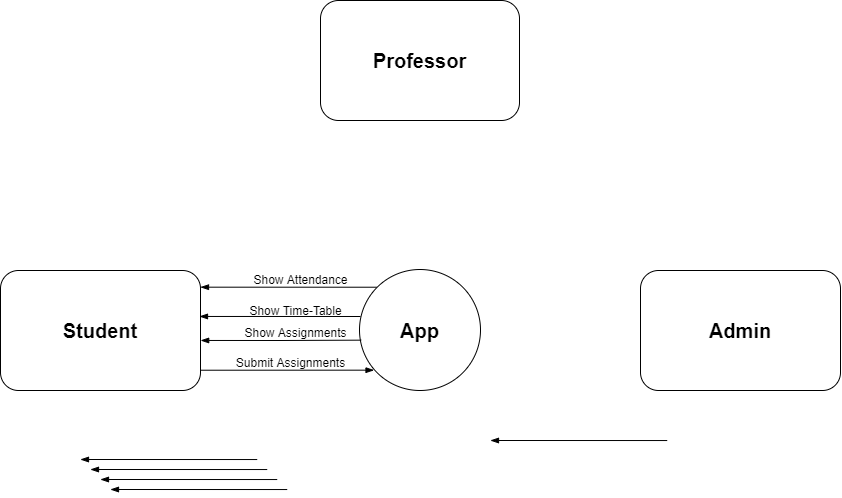
The draw.io diagram miscellaneous/DFD_Level_0.png in Epic-ERP/media, before a commit. Source tidied: cells renumbered, new cells last; positions are measured from the earlier drawing's top-left corner, leaving out a move shared by most shapes.
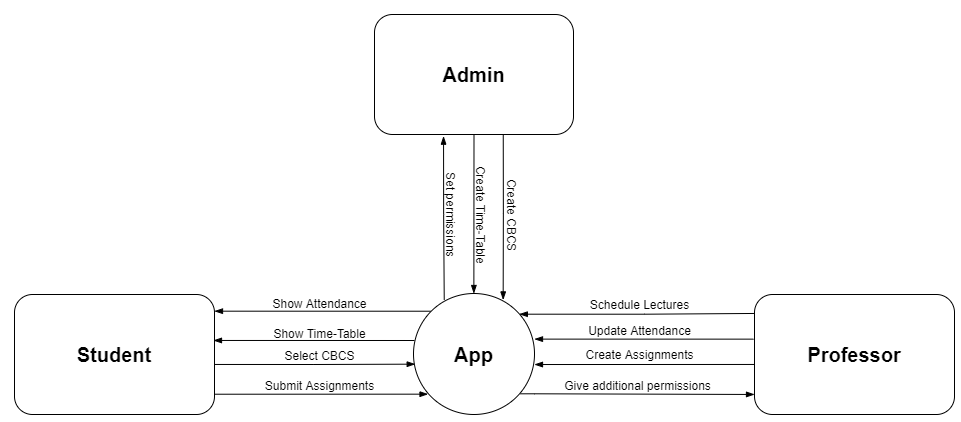
The same file after the commit.

The edit, as a diff of the source:
```diff
@@ -6,69 +6,96 @@
       <mxGeometry relative="1" as="geometry" />
     </mxCell>
     <mxCell id="3" value="&lt;b&gt;&lt;font style=&quot;font-size: 20px&quot;&gt;Student&lt;/font&gt;&lt;/b&gt;" style="rounded=1;whiteSpace=wrap;html=1;" parent="1" vertex="1">
-      <mxGeometry y="270" width="200" height="120" as="geometry" />
+      <mxGeometry x="-40" y="270" width="200" height="120" as="geometry" />
     </mxCell>
-    <mxCell id="4" value="&lt;font style=&quot;font-size: 20px&quot;&gt;&lt;b&gt;Admin&lt;/b&gt;&lt;/font&gt;" style="rounded=1;whiteSpace=wrap;html=1;" parent="1" vertex="1">
-      <mxGeometry x="640" y="270" width="200" height="120" as="geometry" />
+    <mxCell id="4" value="&lt;font style=&quot;font-size: 20px&quot;&gt;&lt;b&gt;Professor&lt;/b&gt;&lt;/font&gt;" style="rounded=1;whiteSpace=wrap;html=1;" parent="1" vertex="1">
+      <mxGeometry x="700" y="270" width="200" height="120" as="geometry" />
     </mxCell>
-    <mxCell id="5" value="&lt;font style=&quot;font-size: 20px&quot;&gt;&lt;b&gt;Professor&lt;/b&gt;&lt;/font&gt;" style="rounded=1;whiteSpace=wrap;html=1;" parent="1" vertex="1">
-      <mxGeometry x="320" width="199" height="120" as="geometry" />
+    <mxCell id="5" value="&lt;font style=&quot;font-size: 20px&quot;&gt;&lt;b&gt;Admin&lt;/b&gt;&lt;/font&gt;" style="rounded=1;whiteSpace=wrap;html=1;" parent="1" vertex="1">
+      <mxGeometry x="320" y="-10" width="199" height="120" as="geometry" />
     </mxCell>
     <mxCell id="6" value="&lt;font style=&quot;font-size: 20px&quot;&gt;&lt;b&gt;App&lt;/b&gt;&lt;/font&gt;" style="ellipse;whiteSpace=wrap;html=1;" parent="1" vertex="1">
       <mxGeometry x="359" y="269" width="121" height="121" as="geometry" />
     </mxCell>
     <mxCell id="7" value="&lt;font style=&quot;font-size: 12px&quot;&gt;Show Attendance&lt;/font&gt;" style="text;html=1;align=center;verticalAlign=middle;" parent="1" vertex="1">
-      <mxGeometry x="245" y="269" width="110" height="20" as="geometry" />
+      <mxGeometry x="210" y="269" width="110" height="20" as="geometry" />
     </mxCell>
-    <mxCell id="8" style="edgeStyle=orthogonalEdgeStyle;rounded=0;jettySize=auto;html=1;startArrow=blockThin;startFill=1;endArrow=none;endFill=0;exitX=1.001;exitY=0.583;exitDx=0;exitDy=0;exitPerimeter=0;entryX=0.014;entryY=0.584;entryDx=0;entryDy=0;entryPerimeter=0;" parent="1" edge="1" source="3" target="6">
+    <mxCell id="8" style="edgeStyle=orthogonalEdgeStyle;rounded=0;jettySize=auto;html=1;startArrow=none;startFill=0;endArrow=blockThin;endFill=1;exitX=1.001;exitY=0.583;exitDx=0;exitDy=0;exitPerimeter=0;entryX=0.014;entryY=0.584;entryDx=0;entryDy=0;entryPerimeter=0;" parent="1" edge="1" source="3" target="6">
       <mxGeometry relative="1" as="geometry" />
     </mxCell>
-    <mxCell id="9" style="edgeStyle=orthogonalEdgeStyle;rounded=0;orthogonalLoop=1;jettySize=auto;html=1;entryX=0;entryY=0;entryDx=0;entryDy=0;startArrow=blockThin;startFill=1;endArrow=none;endFill=0;exitX=1;exitY=0.139;exitDx=0;exitDy=0;exitPerimeter=0;" parent="1" edge="1">
-      <mxGeometry relative="1" as="geometry">
-        <mxPoint x="490" y="440" as="sourcePoint" />
-        <mxPoint x="666.7" y="440" as="targetPoint" />
-      </mxGeometry>
-    </mxCell>
     <mxCell id="10" style="edgeStyle=orthogonalEdgeStyle;rounded=0;jettySize=auto;html=1;startArrow=blockThin;startFill=1;endArrow=none;endFill=0;exitX=0.995;exitY=0.383;exitDx=0;exitDy=0;exitPerimeter=0;" parent="1" edge="1" source="3">
       <mxGeometry relative="1" as="geometry">
         <mxPoint x="360" y="316" as="targetPoint" />
       </mxGeometry>
     </mxCell>
-    <mxCell id="11" value="&lt;font style=&quot;font-size: 12px&quot;&gt;Show Time-Table&lt;br&gt;&lt;/font&gt;" style="text;html=1;align=center;verticalAlign=middle;" parent="1" vertex="1">
-      <mxGeometry x="240" y="300" width="110" height="20" as="geometry" />
+    <mxCell id="11" value="&lt;font style=&quot;font-size: 12px&quot;&gt;Show Time-Table&lt;br&gt;&lt;/font&gt;" style="text;html=1;align=center;verticalAlign=middle;spacingBottom=3;" parent="1" vertex="1">
+      <mxGeometry x="210" y="300" width="110" height="20" as="geometry" />
     </mxCell>
     <mxCell id="12" style="edgeStyle=orthogonalEdgeStyle;rounded=0;jettySize=auto;html=1;startArrow=none;startFill=0;endArrow=blockThin;endFill=1;entryX=0.12;entryY=0.832;entryDx=0;entryDy=0;entryPerimeter=0;exitX=0.999;exitY=0.831;exitDx=0;exitDy=0;exitPerimeter=0;" parent="1" edge="1" source="3" target="6">
       <mxGeometry relative="1" as="geometry" />
     </mxCell>
-    <mxCell id="13" style="edgeStyle=orthogonalEdgeStyle;rounded=0;orthogonalLoop=1;jettySize=auto;html=1;entryX=0;entryY=0;entryDx=0;entryDy=0;startArrow=blockThin;startFill=1;endArrow=none;endFill=0;exitX=1;exitY=0.139;exitDx=0;exitDy=0;exitPerimeter=0;" parent="1" edge="1">
-      <mxGeometry relative="1" as="geometry">
-        <mxPoint x="80" y="459" as="sourcePoint" />
-        <mxPoint x="256.7" y="459" as="targetPoint" />
-      </mxGeometry>
+    <mxCell id="13" style="edgeStyle=orthogonalEdgeStyle;rounded=0;jettySize=auto;html=1;startArrow=blockThin;startFill=1;endArrow=none;endFill=0;entryX=-0.005;entryY=0.372;entryDx=0;entryDy=0;entryPerimeter=0;exitX=1;exitY=0.377;exitDx=0;exitDy=0;exitPerimeter=0;" parent="1" edge="1" source="6" target="4">
+      <mxGeometry relative="1" as="geometry" />
     </mxCell>
-    <mxCell id="14" style="edgeStyle=orthogonalEdgeStyle;rounded=0;orthogonalLoop=1;jettySize=auto;html=1;entryX=0;entryY=0;entryDx=0;entryDy=0;startArrow=blockThin;startFill=1;endArrow=none;endFill=0;exitX=1;exitY=0.139;exitDx=0;exitDy=0;exitPerimeter=0;" parent="1" edge="1">
-      <mxGeometry relative="1" as="geometry">
-        <mxPoint x="90" y="469" as="sourcePoint" />
-        <mxPoint x="266.7" y="469" as="targetPoint" />
-      </mxGeometry>
-    </mxCell>
-    <mxCell id="15" style="edgeStyle=orthogonalEdgeStyle;rounded=0;orthogonalLoop=1;jettySize=auto;html=1;entryX=0;entryY=0;entryDx=0;entryDy=0;startArrow=blockThin;startFill=1;endArrow=none;endFill=0;exitX=1;exitY=0.139;exitDx=0;exitDy=0;exitPerimeter=0;" parent="1" edge="1">
-      <mxGeometry relative="1" as="geometry">
-        <mxPoint x="100" y="479" as="sourcePoint" />
-        <mxPoint x="276.7" y="479" as="targetPoint" />
-      </mxGeometry>
+    <mxCell id="15" style="edgeStyle=orthogonalEdgeStyle;rounded=0;jettySize=auto;html=1;startArrow=blockThin;startFill=1;endArrow=none;endFill=0;exitX=1;exitY=0.587;exitDx=0;exitDy=0;exitPerimeter=0;entryX=0;entryY=0.583;entryDx=0;entryDy=0;entryPerimeter=0;" parent="1" edge="1" source="6" target="4">
+      <mxGeometry relative="1" as="geometry" />
     </mxCell>
-    <mxCell id="16" style="edgeStyle=orthogonalEdgeStyle;rounded=0;orthogonalLoop=1;jettySize=auto;html=1;entryX=0;entryY=0;entryDx=0;entryDy=0;startArrow=blockThin;startFill=1;endArrow=none;endFill=0;exitX=1;exitY=0.139;exitDx=0;exitDy=0;exitPerimeter=0;" parent="1" edge="1">
-      <mxGeometry relative="1" as="geometry">
-        <mxPoint x="110" y="489" as="sourcePoint" />
-        <mxPoint x="286.7" y="489" as="targetPoint" />
-      </mxGeometry>
-    </mxCell>
-    <mxCell id="17" value="&lt;font style=&quot;font-size: 12px&quot;&gt;Show Assignments&lt;br&gt;&lt;/font&gt;" style="text;html=1;align=center;verticalAlign=middle;spacingLeft=0;spacingBottom=-3;" parent="1" vertex="1">
-      <mxGeometry x="235" y="320" width="120" height="20" as="geometry" />
+    <mxCell id="17" value="&lt;font style=&quot;font-size: 12px&quot;&gt;Select CBCS&lt;br&gt;&lt;/font&gt;" style="text;html=1;align=center;verticalAlign=middle;spacingLeft=0;spacingBottom=-3;" parent="1" vertex="1">
+      <mxGeometry x="220" y="319.5" width="90" height="20" as="geometry" />
     </mxCell>
-    <mxCell id="18" value="&lt;font style=&quot;font-size: 12px&quot;&gt;Submit Assignments&lt;br&gt;&lt;/font&gt;" style="text;html=1;align=center;verticalAlign=middle;spacingLeft=0;spacingBottom=-3;" parent="1" vertex="1">
-      <mxGeometry x="230" y="350" width="120" height="20" as="geometry" />
+    <mxCell id="18" value="&lt;font style=&quot;font-size: 12px&quot;&gt;Submit Assignments&lt;br&gt;&lt;/font&gt;" style="text;html=1;align=center;verticalAlign=middle;spacingLeft=0;spacingBottom=-2;" parent="1" vertex="1">
+      <mxGeometry x="205" y="350" width="120" height="20" as="geometry" />
     </mxCell>
+    <mxCell id="19" style="edgeStyle=orthogonalEdgeStyle;rounded=0;jettySize=auto;html=1;startArrow=blockThin;startFill=1;endArrow=none;endFill=0;exitX=0.875;exitY=0.171;exitDx=0;exitDy=0;exitPerimeter=0;entryX=0;entryY=0.158;entryDx=0;entryDy=0;entryPerimeter=0;" parent="1" edge="1" source="6" target="4">
+      <mxGeometry relative="1" as="geometry">
+        <Array as="points">
+          <mxPoint x="590" y="290" />
+        </Array>
+      </mxGeometry>
+    </mxCell>
+    <mxCell id="20" style="edgeStyle=orthogonalEdgeStyle;rounded=0;jettySize=auto;html=1;startArrow=none;startFill=0;endArrow=blockThin;endFill=1;entryX=0;entryY=0.833;entryDx=0;entryDy=0;entryPerimeter=0;exitX=0.884;exitY=0.829;exitDx=0;exitDy=0;exitPerimeter=0;" parent="1" edge="1" source="6" target="4">
+      <mxGeometry relative="1" as="geometry">
+        <Array as="points">
+          <mxPoint x="480" y="369" />
+        </Array>
+      </mxGeometry>
+    </mxCell>
+    <mxCell id="21" style="edgeStyle=orthogonalEdgeStyle;rounded=0;jettySize=auto;html=1;startArrow=none;startFill=0;endArrow=blockThin;endFill=1;entryX=0.741;entryY=0.053;entryDx=0;entryDy=0;entryPerimeter=0;exitX=0.647;exitY=1;exitDx=0;exitDy=0;exitPerimeter=0;" parent="1" edge="1" source="5" target="6">
+      <mxGeometry relative="1" as="geometry" />
+    </mxCell>
+    <mxCell id="22" value="&lt;font style=&quot;font-size: 12px&quot;&gt;Schedule Lectures&lt;/font&gt;" style="text;html=1;align=center;verticalAlign=middle;" parent="1" vertex="1">
+      <mxGeometry x="530" y="270" width="110" height="20" as="geometry" />
+    </mxCell>
+    <mxCell id="23" value="Update Attendance" style="text;html=1;align=center;verticalAlign=middle;spacingBottom=8;" parent="1" vertex="1">
+      <mxGeometry x="525" y="295" width="120" height="30" as="geometry" />
+    </mxCell>
+    <mxCell id="24" value="Create Assignments" style="text;html=1;align=center;verticalAlign=middle;spacingBottom=-1;" parent="1" vertex="1">
+      <mxGeometry x="525" y="319.5" width="120" height="20" as="geometry" />
+    </mxCell>
+    <mxCell id="25" value="Give additional permissions" style="text;html=1;align=center;verticalAlign=middle;spacingBottom=-1;spacingRight=5;" parent="1" vertex="1">
+      <mxGeometry x="500" y="350" width="170" height="20" as="geometry" />
+    </mxCell>
+    <mxCell id="26" value="&lt;font style=&quot;font-size: 12px&quot;&gt;Create CBCS&lt;/font&gt;" style="text;html=1;align=center;verticalAlign=middle;rotation=90;spacingBottom=-3;" parent="1" vertex="1">
+      <mxGeometry x="414" y="180" width="90" height="20" as="geometry" />
+    </mxCell>
+    <mxCell id="27" style="edgeStyle=orthogonalEdgeStyle;rounded=0;jettySize=auto;html=1;startArrow=none;startFill=0;endArrow=blockThin;endFill=1;exitX=0.5;exitY=1;exitDx=0;exitDy=0;" parent="1" edge="1" source="5">
+      <mxGeometry relative="1" as="geometry">
+        <mxPoint x="419.4" y="269" as="targetPoint" />
+      </mxGeometry>
+    </mxCell>
+    <mxCell id="28" style="edgeStyle=orthogonalEdgeStyle;rounded=0;jettySize=auto;html=1;startArrow=blockThin;startFill=1;endArrow=none;endFill=0;entryX=0.254;entryY=0.053;entryDx=0;entryDy=0;entryPerimeter=0;exitX=0.347;exitY=1.014;exitDx=0;exitDy=0;exitPerimeter=0;" parent="1" edge="1" source="5" target="6">
+      <mxGeometry relative="1" as="geometry">
+        <Array as="points">
+          <mxPoint x="389" y="190" />
+          <mxPoint x="390" y="190" />
+        </Array>
+      </mxGeometry>
+    </mxCell>
+    <mxCell id="29" value="&lt;font style=&quot;font-size: 12px&quot;&gt;Create Time-Table&lt;/font&gt;" style="text;html=1;align=center;verticalAlign=middle;rotation=90;spacingBottom=4;" parent="1" vertex="1">
+      <mxGeometry x="370" y="180" width="110" height="20" as="geometry" />
+    </mxCell>
+    <mxCell id="30" value="&lt;font style=&quot;font-size: 12px&quot;&gt;Set permissions&lt;/font&gt;" style="text;html=1;align=center;verticalAlign=middle;rotation=90;spacingBottom=4;" parent="1" vertex="1">
+      <mxGeometry x="345" y="180" width="100" height="20" as="geometry" />
+    </mxCell>
   </root>
 </mxGraphModel>
```
